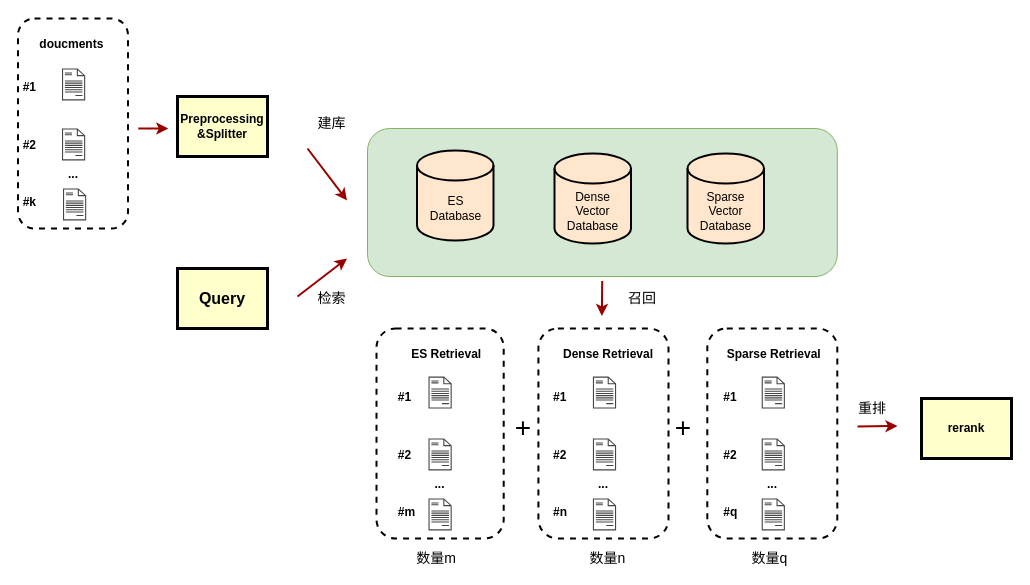
Wbxxx/Draw-architecture-diagram keeps this draw.io diagram as recall.drawio. Above is the earlier version. Source tidied: cells renumbered, new cells numbered last; positions are measured from the earlier drawing's top-left corner, leaving out a move shared by most shapes. Both pictures are drawn from the tidied source at 100%, with x=0, y=0 at pixel (17, 18).
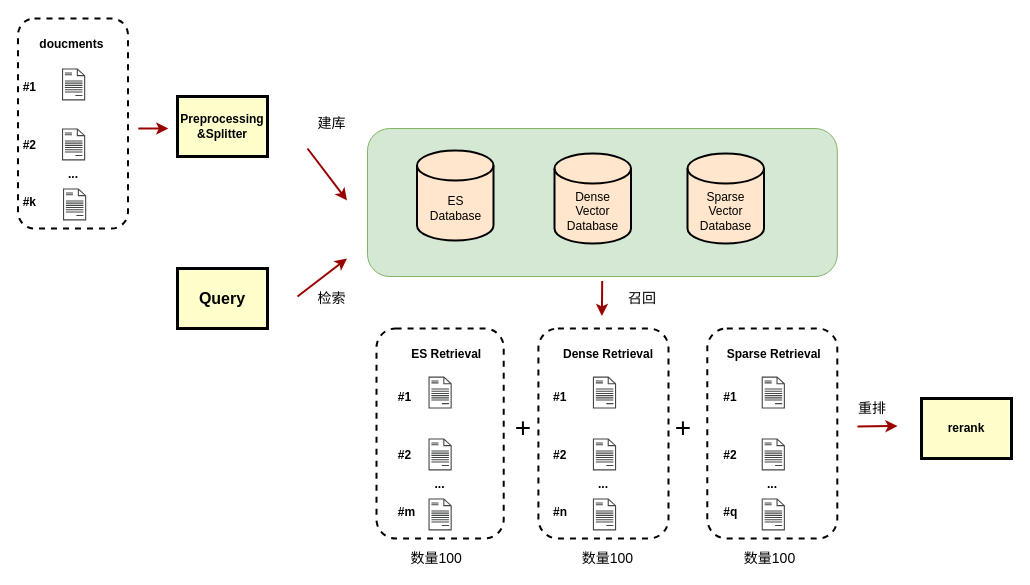
Above is the later version.

What changed in the source:
```diff
@@
-    <mxCell id="31" value="数量m" style="text;spacingTop=-5;align=center;strokeWidth=3;fontSize=14;" parent="1" vertex="1">
+    <mxCell id="31" value="数量100" style="text;spacingTop=-5;align=center;strokeWidth=3;fontSize=14;" parent="1" vertex="1">
       <mxGeometry x="404.2" y="530" width="30" height="20" as="geometry" />
     </mxCell>
-    <mxCell id="32" value="数量n" style="text;spacingTop=-5;align=center;strokeWidth=3;fontSize=14;" parent="1" vertex="1">
+    <mxCell id="32" value="数量100" style="text;spacingTop=-5;align=center;strokeWidth=3;fontSize=14;" parent="1" vertex="1">
       <mxGeometry x="575.4" y="530" width="30" height="20" as="geometry" />
     </mxCell>
-    <mxCell id="33" value="数量q" style="text;spacingTop=-5;align=center;strokeWidth=3;fontSize=14;" parent="1" vertex="1">
+    <mxCell id="33" value="数量100" style="text;spacingTop=-5;align=center;strokeWidth=3;fontSize=14;" parent="1" vertex="1">
       <mxGeometry x="737.5" y="530" width="30" height="20" as="geometry" />
     </mxCell>
```
